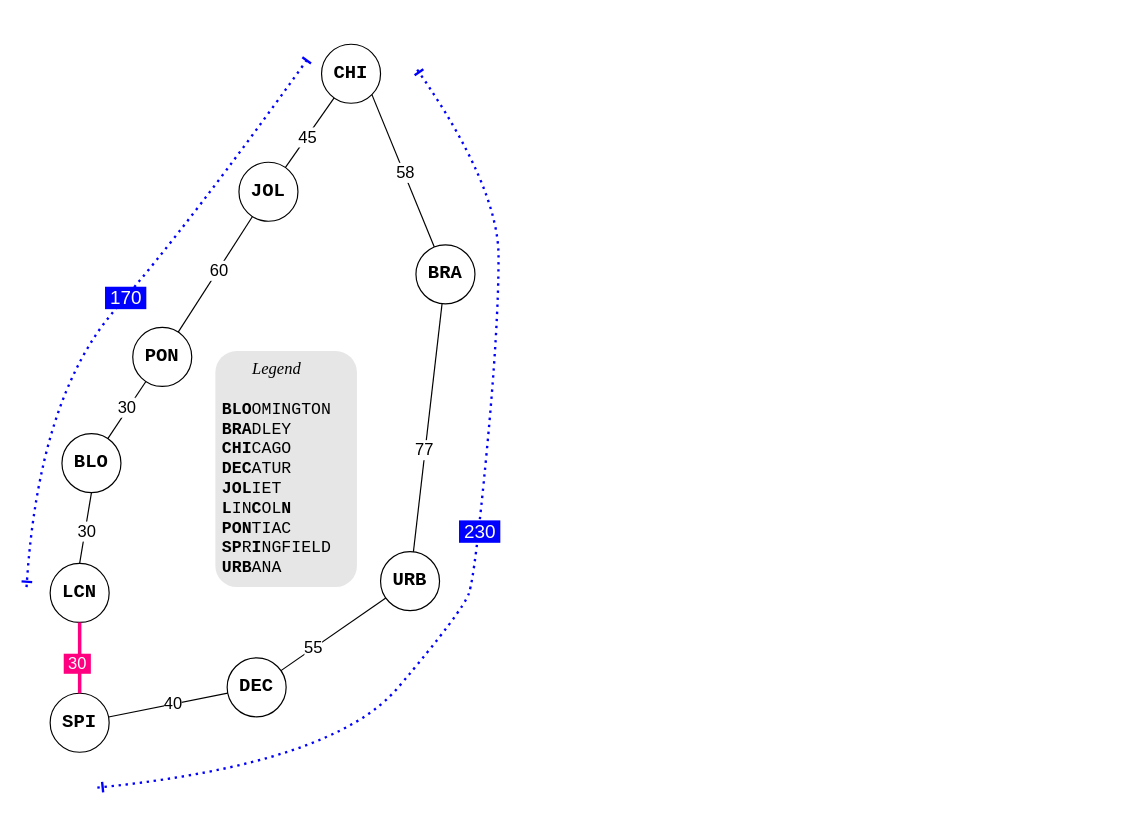
Before: graphs/Untitled Diagram.drawio in lgreco/images, a draw.io diagram. Source tidied: cells renumbered, new cells numbered last; positions are measured from the earlier drawing's top-left corner, leaving out a move shared by most shapes. Both pictures are drawn from the tidied source at 118%, with x=0, y=0 at pixel (26, 44).
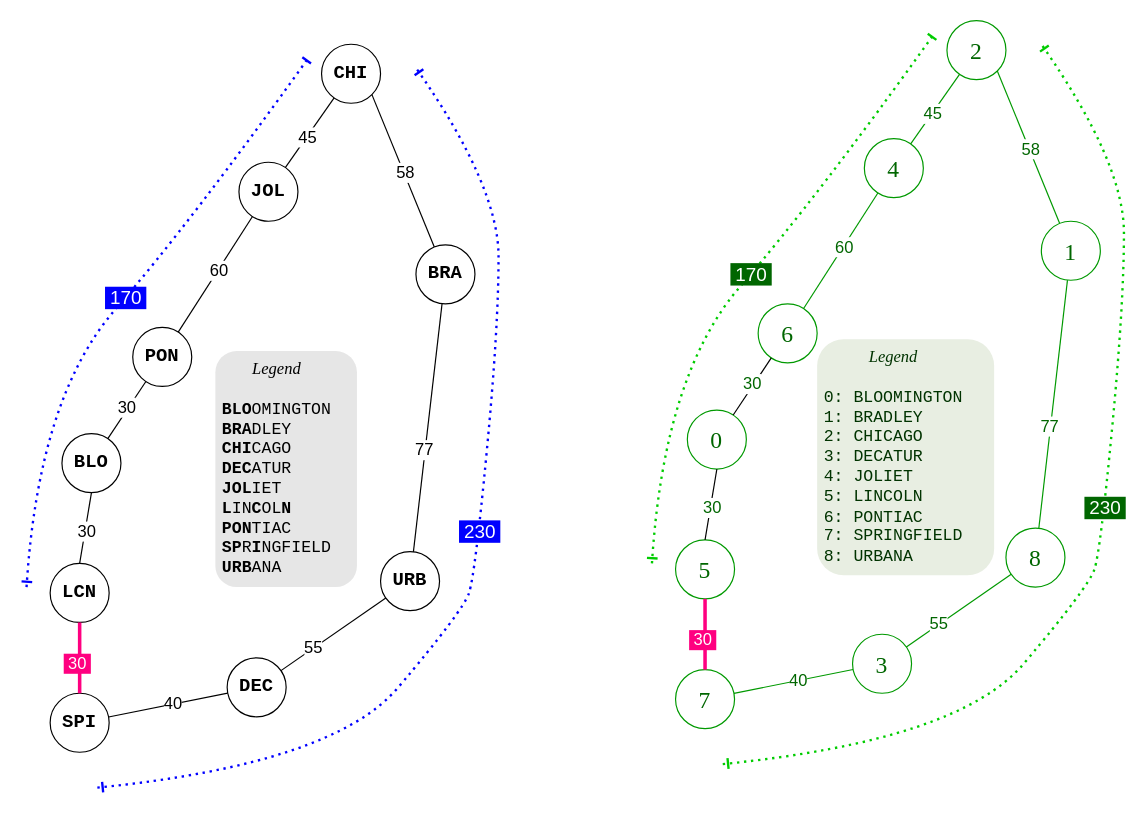
Above is the later version.

The edit, as a diff of the source:
```diff
@@
+    <mxCell id="34" value="&lt;font style=&quot;&quot;&gt;2&lt;/font&gt;" style="ellipse;whiteSpace=wrap;html=1;fontSize=20;fontFamily=Times New Roman;fontStyle=0;strokeColor=#009900;fontColor=#006600;" parent="1" vertex="1">
+      <mxGeometry x="780" y="-20" width="50" height="50" as="geometry" />
+    </mxCell>
+    <mxCell id="35" value="&lt;font style=&quot;&quot;&gt;4&lt;/font&gt;" style="ellipse;whiteSpace=wrap;html=1;fontSize=20;fontFamily=Times New Roman;fontStyle=0;strokeColor=#009900;fontColor=#006600;" parent="1" vertex="1">
+      <mxGeometry x="710" y="80" width="50" height="50" as="geometry" />
+    </mxCell>
+    <mxCell id="36" value="&lt;font style=&quot;&quot;&gt;6&lt;/font&gt;" style="ellipse;whiteSpace=wrap;html=1;fontSize=20;fontFamily=Times New Roman;fontStyle=0;strokeColor=#009900;fontColor=#006600;" parent="1" vertex="1">
+      <mxGeometry x="620" y="220" width="50" height="50" as="geometry" />
+    </mxCell>
+    <mxCell id="37" value="&lt;font style=&quot;&quot;&gt;0&lt;/font&gt;" style="ellipse;whiteSpace=wrap;html=1;fontSize=20;fontFamily=Times New Roman;fontStyle=0;strokeColor=#009900;fontColor=#006600;" parent="1" vertex="1">
+      <mxGeometry x="560" y="310" width="50" height="50" as="geometry" />
+    </mxCell>
+    <mxCell id="38" value="&lt;font style=&quot;&quot;&gt;5&lt;/font&gt;" style="ellipse;whiteSpace=wrap;html=1;fontSize=20;fontFamily=Times New Roman;fontStyle=0;strokeColor=#009900;fontColor=#006600;" parent="1" vertex="1">
+      <mxGeometry x="550" y="420" width="50" height="50" as="geometry" />
+    </mxCell>
+    <mxCell id="39" value="&lt;font style=&quot;&quot;&gt;7&lt;/font&gt;" style="ellipse;whiteSpace=wrap;html=1;fontSize=20;fontFamily=Times New Roman;fontStyle=0;strokeColor=#009900;fontColor=#006600;" parent="1" vertex="1">
+      <mxGeometry x="550" y="530" width="50" height="50" as="geometry" />
+    </mxCell>
+    <mxCell id="40" value="&lt;font style=&quot;&quot;&gt;3&lt;/font&gt;" style="ellipse;whiteSpace=wrap;html=1;fontSize=20;fontFamily=Times New Roman;fontStyle=0;strokeColor=#009900;fontColor=#006600;" parent="1" vertex="1">
+      <mxGeometry x="700" y="500" width="50" height="50" as="geometry" />
+    </mxCell>
+    <mxCell id="41" value="&lt;font style=&quot;&quot;&gt;8&lt;/font&gt;" style="ellipse;whiteSpace=wrap;html=1;fontSize=20;fontFamily=Times New Roman;fontStyle=0;strokeColor=#009900;fontColor=#006600;" parent="1" vertex="1">
+      <mxGeometry x="830" y="410" width="50" height="50" as="geometry" />
+    </mxCell>
+    <mxCell id="42" value="&lt;font style=&quot;&quot;&gt;1&lt;/font&gt;" style="ellipse;whiteSpace=wrap;html=1;fontSize=20;fontFamily=Times New Roman;fontStyle=0;strokeColor=#009900;fontColor=#006600;" parent="1" vertex="1">
+      <mxGeometry x="860" y="150" width="50" height="50" as="geometry" />
+    </mxCell>
+    <mxCell id="43" style="endArrow=none;html=1;rounded=0;strokeColor=#009900;" parent="1" edge="1" source="35" target="34">
+      <mxGeometry relative="1" as="geometry" />
+    </mxCell>
+    <mxCell id="44" value="45" style="edgeLabel;html=1;align=center;verticalAlign=middle;fontSize=14;fontColor=#006600;" parent="43" vertex="1">
+      <mxGeometry x="-0.1" relative="1" as="geometry" />
+    </mxCell>
+    <mxCell id="45" style="endArrow=none;html=1;rounded=0;strokeColor=#009900;" parent="1" edge="1" source="35" target="36">
+      <mxGeometry relative="1" as="geometry" />
+    </mxCell>
+    <mxCell id="46" value="60" style="edgeLabel;html=1;align=center;verticalAlign=middle;fontSize=14;fontColor=#006600;" parent="45" vertex="1">
+      <mxGeometry x="-0.08" relative="1" as="geometry" />
+    </mxCell>
+    <mxCell id="47" style="endArrow=none;html=1;rounded=0;" parent="1" edge="1" source="36" target="37">
+      <mxGeometry relative="1" as="geometry" />
+    </mxCell>
+    <mxCell id="48" value="30" style="edgeLabel;html=1;align=center;verticalAlign=middle;fontSize=14;fontColor=#006600;" parent="47" vertex="1">
+      <mxGeometry x="-0.06" y="-2" relative="1" as="geometry" />
+    </mxCell>
+    <mxCell id="49" style="endArrow=none;html=1;rounded=0;entryX=0.5;entryY=0;entryDx=0;entryDy=0;exitX=0.5;exitY=1;exitDx=0;exitDy=0;" parent="1" edge="1" source="37" target="38">
+      <mxGeometry relative="1" as="geometry" />
+    </mxCell>
+    <mxCell id="50" value="30" style="edgeLabel;html=1;align=center;verticalAlign=middle;fontSize=14;fontColor=#006600;" parent="49" vertex="1">
+      <mxGeometry x="0.08" y="1" relative="1" as="geometry" />
+    </mxCell>
+    <mxCell id="51" style="endArrow=none;html=1;rounded=0;exitX=0.5;exitY=0;exitDx=0;exitDy=0;strokeColor=#FF0080;strokeWidth=3;fillColor=#d80073;" parent="1" edge="1" source="39" target="38">
+      <mxGeometry relative="1" as="geometry" />
+    </mxCell>
+    <mxCell id="52" value="&amp;nbsp;30&amp;nbsp;" style="edgeLabel;html=1;align=center;verticalAlign=middle;fontSize=14;labelBackgroundColor=#FF0080;fontColor=light-dark(#ffffff, #ededed);" parent="51" vertex="1">
+      <mxGeometry x="-0.15" y="3" relative="1" as="geometry" />
+    </mxCell>
+    <mxCell id="53" style="endArrow=none;html=1;rounded=0;strokeColor=#009900;" parent="1" edge="1" source="40" target="39">
+      <mxGeometry relative="1" as="geometry" />
+    </mxCell>
+    <mxCell id="54" value="40" style="edgeLabel;html=1;align=center;verticalAlign=middle;fontSize=14;fontColor=#006600;" parent="53" vertex="1">
+      <mxGeometry x="-0.06" y="-1" relative="1" as="geometry" />
+    </mxCell>
+    <mxCell id="55" style="endArrow=none;html=1;rounded=0;strokeColor=#009900;" parent="1" edge="1" source="40" target="41">
+      <mxGeometry relative="1" as="geometry" />
+    </mxCell>
+    <mxCell id="56" value="55" style="edgeLabel;html=1;align=center;verticalAlign=middle;fontSize=14;fontColor=#006600;" parent="55" vertex="1">
+      <mxGeometry x="-0.37" y="1" relative="1" as="geometry" />
+    </mxCell>
+    <mxCell id="57" style="endArrow=none;html=1;rounded=0;strokeColor=#009900;" parent="1" edge="1" source="41" target="42">
+      <mxGeometry relative="1" as="geometry" />
+    </mxCell>
+    <mxCell id="58" value="77" style="edgeLabel;html=1;align=center;verticalAlign=middle;fontSize=14;fontColor=#006600;" parent="57" vertex="1">
+      <mxGeometry x="-0.18" y="1" relative="1" as="geometry" />
+    </mxCell>
+    <mxCell id="59" style="endArrow=none;html=1;rounded=0;entryX=1;entryY=1;entryDx=0;entryDy=0;strokeColor=#009900;" parent="1" edge="1" source="42" target="34">
+      <mxGeometry relative="1" as="geometry" />
+    </mxCell>
+    <mxCell id="60" value="58" style="edgeLabel;html=1;align=center;verticalAlign=middle;fontSize=14;fontColor=#006600;" parent="59" vertex="1">
+      <mxGeometry x="-0.02" y="-1" relative="1" as="geometry" />
+    </mxCell>
+    <mxCell id="61" style="curved=1;endArrow=ERone;html=1;rounded=0;dashPattern=1 2;strokeColor=light-dark(#00CC00,#CC6600);strokeWidth=2;endFill=0;startArrow=ERone;startFill=0;dashed=1;" parent="1" edge="1">
+      <mxGeometry relative="1" as="geometry">
+        <mxPoint x="590" y="610" as="sourcePoint" />
+        <mxPoint x="860" as="targetPoint" />
+        <Array as="points">
+          <mxPoint x="790" y="590" />
+          <mxPoint x="900" y="460" />
+          <mxPoint x="910" y="430" />
+          <mxPoint x="930" y="220" />
+          <mxPoint x="930" y="100" />
+        </Array>
+      </mxGeometry>
+    </mxCell>
+    <mxCell id="62" value="&lt;font style=&quot;font-size: 16px;&quot;&gt;&amp;nbsp;230&amp;nbsp;&lt;/font&gt;" style="edgeLabel;html=1;align=center;verticalAlign=middle;fontColor=light-dark(#ffffff, #FFB366);labelBackgroundColor=#006600;spacingTop=0;spacing=0;" parent="61" vertex="1">
+      <mxGeometry x="0.03" relative="1" as="geometry" />
+    </mxCell>
+    <mxCell id="63" style="curved=1;endArrow=ERone;html=1;rounded=0;dashPattern=1 2;strokeColor=light-dark(#00CC00,#CC6600);strokeWidth=2;endFill=0;startArrow=ERone;startFill=0;dashed=1;" parent="1" edge="1">
+      <mxGeometry relative="1" as="geometry">
+        <mxPoint x="530" y="440" as="sourcePoint" />
+        <mxPoint x="770" y="-10" as="targetPoint" />
+        <Array as="points">
+          <mxPoint x="540" y="280" />
+          <mxPoint x="670" y="130" />
+        </Array>
+      </mxGeometry>
+    </mxCell>
+    <mxCell id="64" value="&lt;font style=&quot;font-size: 16px;&quot;&gt;&amp;nbsp;170&amp;nbsp;&lt;/font&gt;" style="edgeLabel;html=1;align=center;verticalAlign=middle;fontColor=light-dark(#ffffff, #FFB366);labelBackgroundColor=#006600;" parent="63" vertex="1">
+      <mxGeometry x="0.03" relative="1" as="geometry" />
+    </mxCell>
+    <mxCell id="65" value="&lt;div style=&quot;text-align: center;&quot;&gt;&lt;span style=&quot;font-size: 14px; font-family: &amp;quot;Times New Roman&amp;quot;; background-color: transparent;&quot;&gt;&lt;i style=&quot;&quot;&gt;&lt;font style=&quot;color: rgb(0, 51, 0);&quot;&gt;Legend&lt;/font&gt;&lt;/i&gt;&lt;/span&gt;&lt;/div&gt;&lt;div style=&quot;text-align: center;&quot;&gt;&lt;font face=&quot;Courier New&quot; style=&quot;font-size: 14px; color: rgb(0, 51, 0);&quot;&gt;&lt;b style=&quot;&quot;&gt;&lt;br&gt;&lt;/b&gt;&lt;/font&gt;&lt;/div&gt;&lt;div&gt;&lt;font face=&quot;Courier New&quot; style=&quot;font-size: 14px; color: rgb(0, 51, 0);&quot;&gt;0: BLOOMINGTON&lt;/font&gt;&lt;div&gt;&lt;font face=&quot;Courier New&quot; style=&quot;font-size: 14px; color: rgb(0, 51, 0);&quot;&gt;1: BRADLEY&lt;/font&gt;&lt;div&gt;&lt;font face=&quot;Courier New&quot; style=&quot;font-size: 14px; color: rgb(0, 51, 0);&quot;&gt;2: CHICAGO&lt;/font&gt;&lt;/div&gt;&lt;div&gt;&lt;font face=&quot;Courier New&quot; style=&quot;font-size: 14px; color: rgb(0, 51, 0);&quot;&gt;3: DECATUR&lt;/font&gt;&lt;/div&gt;&lt;div&gt;&lt;font face=&quot;Courier New&quot; style=&quot;font-size: 14px; color: rgb(0, 51, 0);&quot;&gt;4: JOLIET&lt;/font&gt;&lt;/div&gt;&lt;div&gt;&lt;font face=&quot;Courier New&quot; style=&quot;font-size: 14px; color: rgb(0, 51, 0);&quot;&gt;5: LINCOLN&lt;/font&gt;&lt;/div&gt;&lt;div&gt;&lt;font face=&quot;Courier New&quot; style=&quot;font-size: 14px; color: rgb(0, 51, 0);&quot;&gt;6: PONTIAC&lt;/font&gt;&lt;/div&gt;&lt;/div&gt;&lt;div&gt;&lt;font face=&quot;Courier New&quot; style=&quot;font-size: 14px; color: rgb(0, 51, 0);&quot;&gt;7: SPRINGFIELD&lt;/font&gt;&lt;/div&gt;&lt;div&gt;&lt;font face=&quot;Courier New&quot; style=&quot;font-size: 14px; color: rgb(0, 51, 0);&quot;&gt;8: URBANA&lt;/font&gt;&lt;/div&gt;&lt;/div&gt;" style="text;html=1;whiteSpace=wrap;strokeColor=none;fillColor=light-dark(#e8eee2, #0c2100);align=left;verticalAlign=middle;rounded=1;spacing=6;perimeterSpacing=0;strokeWidth=4;glass=0;" parent="1" vertex="1">
+      <mxGeometry x="670" y="250" width="150" height="200" as="geometry" />
+    </mxCell>
```
